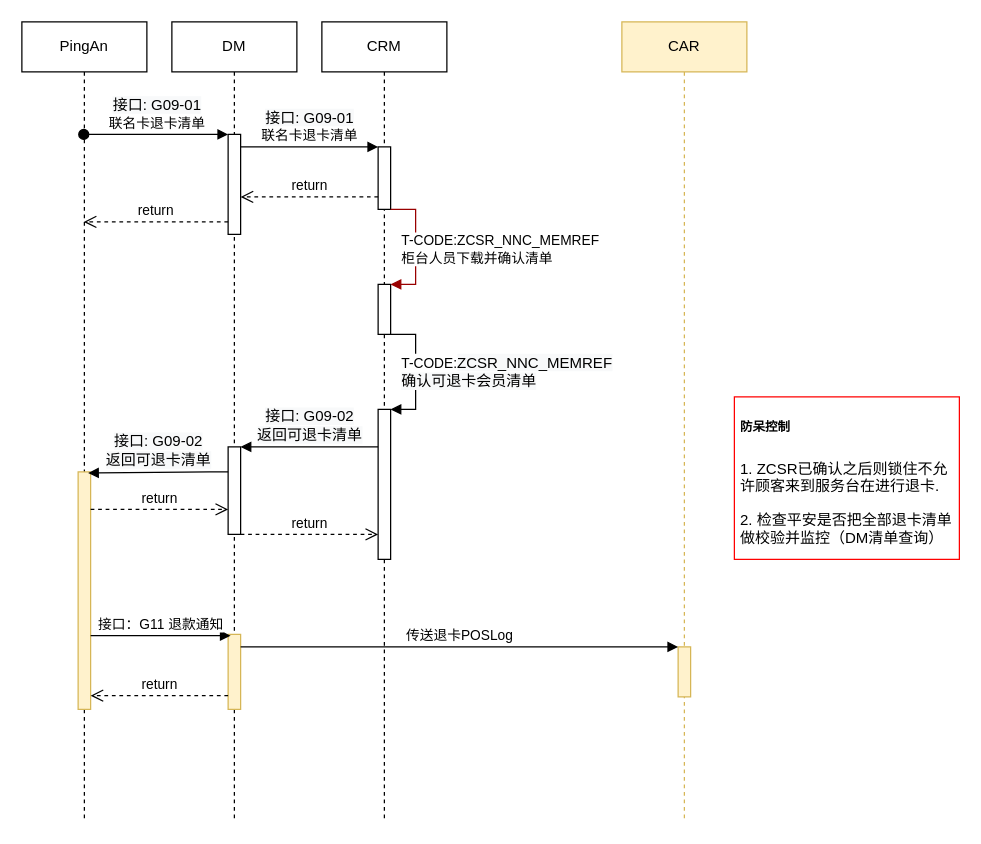
Earlier version of the draw.io diagram page "新平安退卡" (12 of 14) of DM系统对接.drawio (luss613/draw.io). Source tidied: cells renumbered, new cells numbered last; positions are measured from the earlier drawing's top-left corner, leaving out a move shared by most shapes. Both pictures are drawn from the tidied source at 125%, with x=0, y=0 at pixel (21, 21).
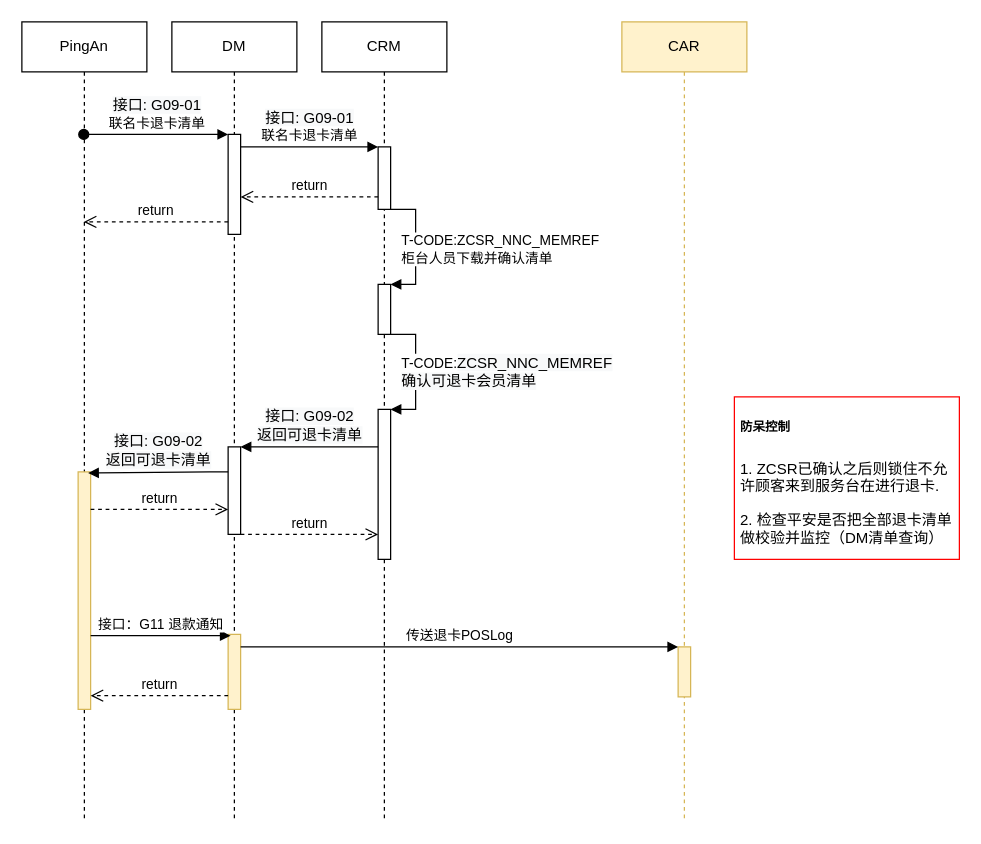
After the change.

Unchanged cells that the change refers to:
```xml
<mxCell id="8" value="CRM" style="shape=umlLifeline;perimeter=lifelinePerimeter;whiteSpace=wrap;html=1;" parent="1" vertex="1">
  <mxGeometry x="240" width="100" height="640" as="geometry" />
</mxCell>
<mxCell id="9" style="html=1;points=[];perimeter=orthogonalPerimeter;" parent="8" vertex="1">
  <mxGeometry x="45" y="100" width="10" height="50" as="geometry" />
</mxCell>
<mxCell id="10" style="html=1;points=[];perimeter=orthogonalPerimeter;" parent="8" vertex="1">
  <mxGeometry x="45" y="210" width="10" height="40" as="geometry" />
</mxCell>
```

What changed in the source:
```diff
@@
-    <mxCell id="11" value="&lt;div&gt;&lt;span style=&quot;font-size: 11px&quot;&gt;T-CODE:ZCSR_NNC_MEMREF&lt;/span&gt;&lt;/div&gt;&lt;div&gt;&lt;span style=&quot;font-size: 11px&quot;&gt;柜台人员下载并确认清单&lt;/span&gt;&lt;/div&gt;" style="edgeStyle=orthogonalEdgeStyle;html=1;align=left;spacingLeft=2;endArrow=block;rounded=0;entryX=1;entryY=0;strokeColor=#990000;fillColor=#CC0000;" parent="8" edge="1" source="9" target="10">
+    <mxCell id="11" value="&lt;div&gt;&lt;span style=&quot;font-size: 11px&quot;&gt;T-CODE:ZCSR_NNC_MEMREF&lt;/span&gt;&lt;/div&gt;&lt;div&gt;&lt;span style=&quot;font-size: 11px&quot;&gt;柜台人员下载并确认清单&lt;/span&gt;&lt;/div&gt;" style="edgeStyle=orthogonalEdgeStyle;html=1;align=left;spacingLeft=2;endArrow=block;rounded=0;entryX=1;entryY=0;strokeColor=#000000;fillColor=#CC0000;" parent="8" edge="1" source="9" target="10">
       <mxGeometry x="0.04" y="-15" relative="1" as="geometry">
         <Array as="points">
           <mxPoint x="75" y="150" />
           <mxPoint x="75" y="210" />
         </Array>
       </mxGeometry>
     </mxCell>
```
